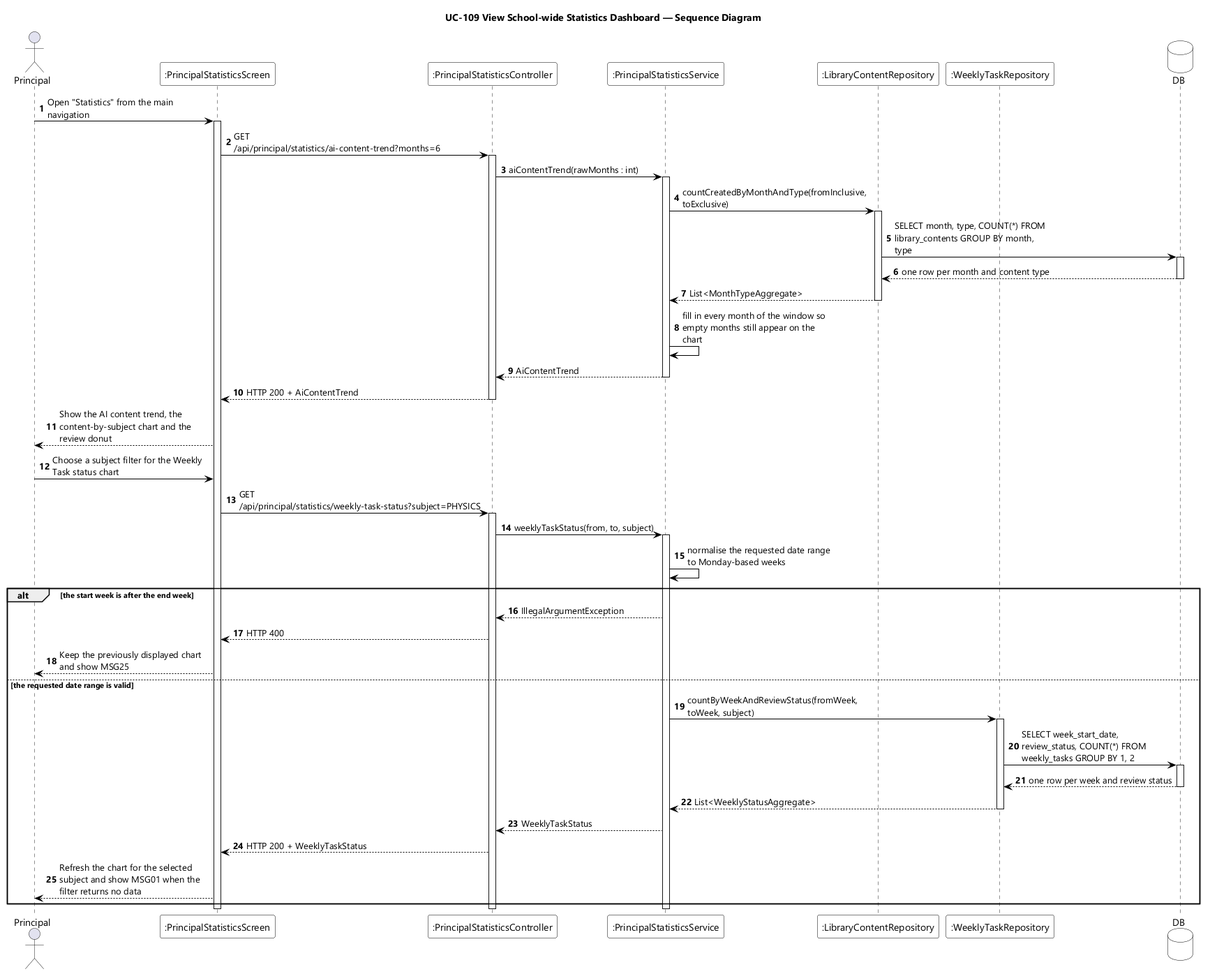
The PlantUML diagram designs/sds-diagrams/uc109/uc109-sequence-diagram.png in EduA-system/EduA-system, before a commit. The source it was exported from:
```plantuml
@startuml UC-109 View School-wide Statistics Dashboard - Sequence Diagram
skinparamlocked dpi 96
skinparam defaultFontName "Segoe UI"
skinparam shadowing false
skinparam ParticipantBackgroundColor #FFFFFF
skinparam ParticipantBorderColor #000000
skinparam DatabaseBackgroundColor #FFFFFF
skinparam DatabaseBorderColor #000000
skinparam ArrowColor #000000
skinparam sequenceMessageAlign left
skinparam maxMessageSize 220
title UC-109 View School-wide Statistics Dashboard — Sequence Diagram

actor Principal
participant ":PrincipalStatisticsScreen" as UI
participant ":PrincipalStatisticsController" as CTL
participant ":PrincipalStatisticsService" as SVC
participant ":LibraryContentRepository" as HUB
participant ":WeeklyTaskRepository" as TASKS
database DB

autonumber
Principal -> UI : Open "Statistics" from the main navigation
activate UI
UI -> CTL : GET /api/principal/statistics/ai-content-trend?months=6
activate CTL
CTL -> SVC : aiContentTrend(rawMonths : int)
activate SVC
SVC -> HUB : countCreatedByMonthAndType(fromInclusive, toExclusive)
activate HUB
HUB -> DB : SELECT month, type, COUNT(*) FROM library_contents GROUP BY month, type
activate DB
DB --> HUB : one row per month and content type
deactivate DB
HUB --> SVC : List<MonthTypeAggregate>
deactivate HUB
SVC -> SVC : fill in every month of the window so empty months still appear on the chart
SVC --> CTL : AiContentTrend
deactivate SVC
CTL --> UI : HTTP 200 + AiContentTrend
deactivate CTL
UI --> Principal : Show the AI content trend, the content-by-subject chart and the review donut

Principal -> UI : Choose a subject filter for the Weekly Task status chart
UI -> CTL : GET /api/principal/statistics/weekly-task-status?subject=PHYSICS
activate CTL
CTL -> SVC : weeklyTaskStatus(from, to, subject)
activate SVC
SVC -> SVC : normalise the requested date range to Monday-based weeks

alt the start week is after the end week
  SVC --> CTL : IllegalArgumentException
  CTL --> UI : HTTP 400
  UI --> Principal : Keep the previously displayed chart and show MSG25
else the requested date range is valid
  SVC -> TASKS : countByWeekAndReviewStatus(fromWeek, toWeek, subject)
  activate TASKS
  TASKS -> DB : SELECT week_start_date, review_status, COUNT(*) FROM weekly_tasks GROUP BY 1, 2
  activate DB
  DB --> TASKS : one row per week and review status
  deactivate DB
  TASKS --> SVC : List<WeeklyStatusAggregate>
  deactivate TASKS
  SVC --> CTL : WeeklyTaskStatus
  CTL --> UI : HTTP 200 + WeeklyTaskStatus
  UI --> Principal : Refresh the chart for the selected subject and show MSG01 when the filter returns no data
end
deactivate SVC
deactivate CTL
deactivate UI
@enduml
```
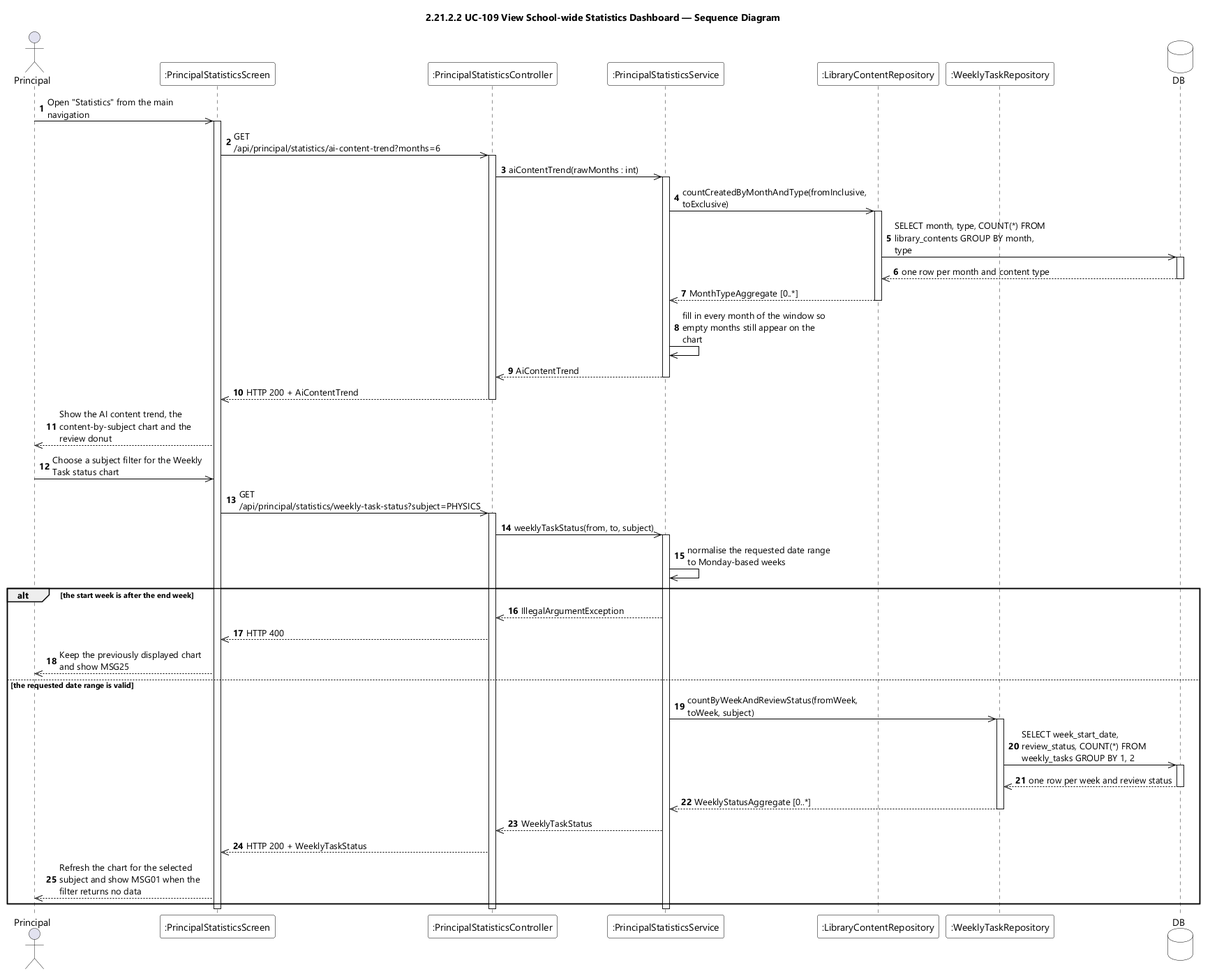
After the commit.

Diff of the diagram source:
```diff
@@ -9,7 +9,7 @@
 skinparam ArrowColor #000000
 skinparam sequenceMessageAlign left
 skinparam maxMessageSize 220
-title UC-109 View School-wide Statistics Dashboard — Sequence Diagram
+title 2.21.2.2 UC-109 View School-wide Statistics Dashboard — Sequence Diagram
 
 actor Principal
 participant ":PrincipalStatisticsScreen" as UI
@@ -20,50 +20,50 @@
 database DB
 
 autonumber
-Principal -> UI : Open "Statistics" from the main navigation
+Principal ->> UI : Open "Statistics" from the main navigation
 activate UI
-UI -> CTL : GET /api/principal/statistics/ai-content-trend?months=6
+UI ->> CTL : GET /api/principal/statistics/ai-content-trend?months=6
 activate CTL
-CTL -> SVC : aiContentTrend(rawMonths : int)
+CTL ->> SVC : aiContentTrend(rawMonths : int)
 activate SVC
-SVC -> HUB : countCreatedByMonthAndType(fromInclusive, toExclusive)
+SVC ->> HUB : countCreatedByMonthAndType(fromInclusive, toExclusive)
 activate HUB
-HUB -> DB : SELECT month, type, COUNT(*) FROM library_contents GROUP BY month, type
+HUB ->> DB : SELECT month, type, COUNT(*) FROM library_contents GROUP BY month, type
 activate DB
-DB --> HUB : one row per month and content type
+DB -->> HUB : one row per month and content type
 deactivate DB
-HUB --> SVC : List<MonthTypeAggregate>
+HUB -->> SVC : MonthTypeAggregate [0..*]
 deactivate HUB
-SVC -> SVC : fill in every month of the window so empty months still appear on the chart
-SVC --> CTL : AiContentTrend
+SVC ->> SVC : fill in every month of the window so empty months still appear on the chart
+SVC -->> CTL : AiContentTrend
 deactivate SVC
-CTL --> UI : HTTP 200 + AiContentTrend
+CTL -->> UI : HTTP 200 + AiContentTrend
 deactivate CTL
-UI --> Principal : Show the AI content trend, the content-by-subject chart and the review donut
+UI -->> Principal : Show the AI content trend, the content-by-subject chart and the review donut
 
-Principal -> UI : Choose a subject filter for the Weekly Task status chart
-UI -> CTL : GET /api/principal/statistics/weekly-task-status?subject=PHYSICS
+Principal ->> UI : Choose a subject filter for the Weekly Task status chart
+UI ->> CTL : GET /api/principal/statistics/weekly-task-status?subject=PHYSICS
 activate CTL
-CTL -> SVC : weeklyTaskStatus(from, to, subject)
+CTL ->> SVC : weeklyTaskStatus(from, to, subject)
 activate SVC
-SVC -> SVC : normalise the requested date range to Monday-based weeks
+SVC ->> SVC : normalise the requested date range to Monday-based weeks
 
 alt the start week is after the end week
-  SVC --> CTL : IllegalArgumentException
-  CTL --> UI : HTTP 400
-  UI --> Principal : Keep the previously displayed chart and show MSG25
+  SVC -->> CTL : IllegalArgumentException
+  CTL -->> UI : HTTP 400
+  UI -->> Principal : Keep the previously displayed chart and show MSG25
 else the requested date range is valid
-  SVC -> TASKS : countByWeekAndReviewStatus(fromWeek, toWeek, subject)
+  SVC ->> TASKS : countByWeekAndReviewStatus(fromWeek, toWeek, subject)
   activate TASKS
-  TASKS -> DB : SELECT week_start_date, review_status, COUNT(*) FROM weekly_tasks GROUP BY 1, 2
+  TASKS ->> DB : SELECT week_start_date, review_status, COUNT(*) FROM weekly_tasks GROUP BY 1, 2
   activate DB
-  DB --> TASKS : one row per week and review status
+  DB -->> TASKS : one row per week and review status
   deactivate DB
-  TASKS --> SVC : List<WeeklyStatusAggregate>
+  TASKS -->> SVC : WeeklyStatusAggregate [0..*]
   deactivate TASKS
-  SVC --> CTL : WeeklyTaskStatus
-  CTL --> UI : HTTP 200 + WeeklyTaskStatus
-  UI --> Principal : Refresh the chart for the selected subject and show MSG01 when the filter returns no data
+  SVC -->> CTL : WeeklyTaskStatus
+  CTL -->> UI : HTTP 200 + WeeklyTaskStatus
+  UI -->> Principal : Refresh the chart for the selected subject and show MSG01 when the filter returns no data
 end
 deactivate SVC
 deactivate CTL
```
